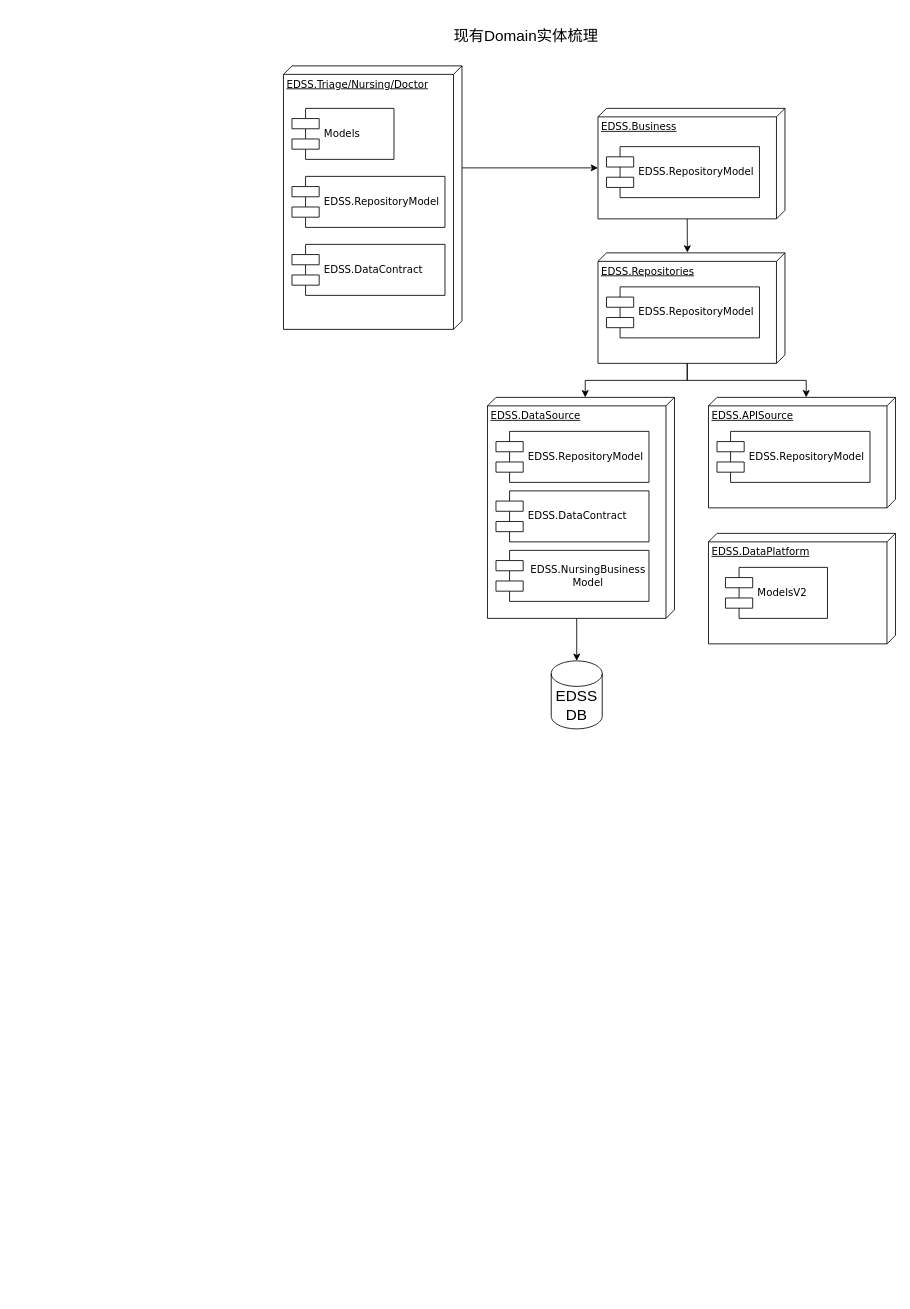
Before: Untitled Diagram.drawio in zmh0624/ZMH.Common, a draw.io diagram. Source tidied: cells renumbered, new cells numbered last; positions are measured from the earlier drawing's top-left corner, leaving out a move shared by most shapes. Both pictures are drawn from the tidied source at 85%, with x=0, y=0 at pixel (283, 23).
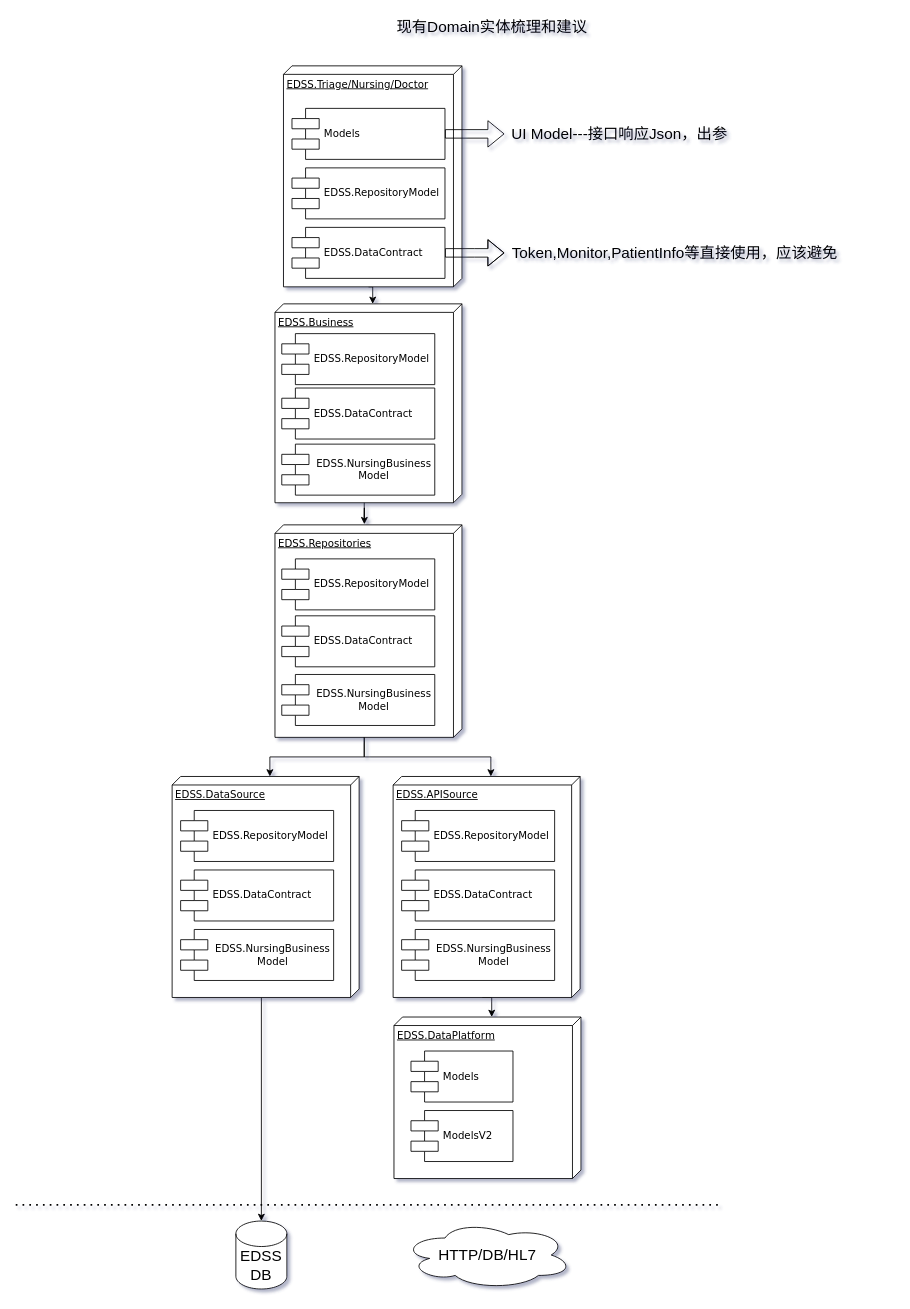
The same diagram, later.

The edit, as a diff of the source:
```diff
@@
-<mxGraphModel>
+<mxGraphModel shadow="1">
@@
-    <mxCell id="2" style="edgeStyle=orthogonalEdgeStyle;rounded=0;jettySize=auto;html=1;exitX=0;exitY=0;exitDx=120;exitDy=0;exitPerimeter=0;entryX=0;entryY=0;entryDx=70;entryDy=220;entryPerimeter=0;" parent="1" edge="1" source="3" target="14">
+    <mxCell id="2" style="edgeStyle=orthogonalEdgeStyle;rounded=0;jettySize=auto;html=1;exitX=0;exitY=0;exitDx=260;exitDy=110;exitPerimeter=0;entryX=0;entryY=0;entryDx=0;entryDy=105;entryPerimeter=0;" parent="1" edge="1" source="3" target="14">
       <mxGeometry relative="1" as="geometry" />
     </mxCell>
     <mxCell id="3" value="EDSS.Triage/Nursing/Doctor" style="verticalAlign=top;align=left;spacingTop=8;spacingLeft=2;spacingRight=12;shape=cube;size=10;direction=south;fontStyle=4;html=1;rounded=0;shadow=0;comic=0;labelBackgroundColor=none;strokeWidth=1;fontFamily=Verdana;fontSize=12;" parent="1" vertex="1">
-      <mxGeometry y="50" width="210" height="310" as="geometry" />
+      <mxGeometry y="50" width="210" height="260" as="geometry" />
     </mxCell>
     <mxCell id="4" value="Models" style="shape=component;align=left;spacingLeft=36;rounded=0;shadow=0;comic=0;labelBackgroundColor=none;strokeWidth=1;fontFamily=Verdana;fontSize=12;html=1;" parent="1" vertex="1">
-      <mxGeometry x="10" y="100" width="120" height="60" as="geometry" />
+      <mxGeometry x="10" y="100" width="180" height="60" as="geometry" />
     </mxCell>
@@
     <mxCell id="7" value="EDSS.Repositories" style="verticalAlign=top;align=left;spacingTop=8;spacingLeft=2;spacingRight=12;shape=cube;size=10;direction=south;fontStyle=4;html=1;rounded=0;shadow=0;comic=0;labelBackgroundColor=none;strokeWidth=1;fontFamily=Verdana;fontSize=12;" parent="1" vertex="1">
-      <mxGeometry x="370" y="270" width="220" height="130" as="geometry" />
+      <mxGeometry x="-10" y="590" width="220" height="250" as="geometry" />
     </mxCell>
     <mxCell id="8" value="EDSS.RepositoryModel" style="shape=component;align=left;spacingLeft=36;rounded=0;shadow=0;comic=0;labelBackgroundColor=none;strokeWidth=1;fontFamily=Verdana;fontSize=12;html=1;" parent="1" vertex="1">
-      <mxGeometry x="380" y="310" width="180" height="60" as="geometry" />
+      <mxGeometry x="-2" y="630" width="180" height="60" as="geometry" />
     </mxCell>
     <mxCell id="9" value="EDSS.DataPlatform" style="verticalAlign=top;align=left;spacingTop=8;spacingLeft=2;spacingRight=12;shape=cube;size=10;direction=south;fontStyle=4;html=1;rounded=0;shadow=0;comic=0;labelBackgroundColor=none;strokeWidth=1;fontFamily=Verdana;fontSize=12;" parent="1" vertex="1">
-      <mxGeometry x="500" y="600" width="220" height="130" as="geometry" />
+      <mxGeometry x="130" y="1169" width="220" height="190" as="geometry" />
     </mxCell>
+    <mxCell id="25" style="edgeStyle=orthogonalEdgeStyle;rounded=0;jettySize=auto;html=1;exitX=0;exitY=0;exitDx=260;exitDy=115;exitPerimeter=0;entryX=0;entryY=0;entryDx=0;entryDy=105;entryPerimeter=0;fontSize=18;" parent="1" edge="1" source="10" target="9">
+      <mxGeometry relative="1" as="geometry" />
+    </mxCell>
     <mxCell id="10" value="EDSS.APISource" style="verticalAlign=top;align=left;spacingTop=8;spacingLeft=2;spacingRight=12;shape=cube;size=10;direction=south;fontStyle=4;html=1;rounded=0;shadow=0;comic=0;labelBackgroundColor=none;strokeWidth=1;fontFamily=Verdana;fontSize=12;" parent="1" vertex="1">
-      <mxGeometry x="500" y="440" width="220" height="130" as="geometry" />
+      <mxGeometry x="129" y="886" width="220" height="260" as="geometry" />
     </mxCell>
-    <mxCell id="11" value="ModelsV2" style="shape=component;align=left;spacingLeft=36;rounded=0;shadow=0;comic=0;labelBackgroundColor=none;strokeWidth=1;fontFamily=Verdana;fontSize=12;html=1;" parent="1" vertex="1">
-      <mxGeometry x="520" y="640" width="120" height="60" as="geometry" />
+    <mxCell id="11" value="Models" style="shape=component;align=left;spacingLeft=36;rounded=0;shadow=0;comic=0;labelBackgroundColor=none;strokeWidth=1;fontFamily=Verdana;fontSize=12;html=1;" parent="1" vertex="1">
+      <mxGeometry x="150" y="1209" width="120" height="60" as="geometry" />
     </mxCell>
     <mxCell id="12" value="EDSS.RepositoryModel" style="shape=component;align=left;spacingLeft=36;rounded=0;shadow=0;comic=0;labelBackgroundColor=none;strokeWidth=1;fontFamily=Verdana;fontSize=12;html=1;" parent="1" vertex="1">
-      <mxGeometry x="510" y="480" width="180" height="60" as="geometry" />
+      <mxGeometry x="139" y="926" width="180" height="60" as="geometry" />
     </mxCell>
@@
     <mxCell id="14" value="EDSS.Business" style="verticalAlign=top;align=left;spacingTop=8;spacingLeft=2;spacingRight=12;shape=cube;size=10;direction=south;fontStyle=4;html=1;rounded=0;shadow=0;comic=0;labelBackgroundColor=none;strokeWidth=1;fontFamily=Verdana;fontSize=12;" parent="1" vertex="1">
-      <mxGeometry x="370" y="100" width="220" height="130" as="geometry" />
+      <mxGeometry x="-10" y="330" width="220" height="234" as="geometry" />
     </mxCell>
     <mxCell id="15" value="EDSS.RepositoryModel" style="shape=component;align=left;spacingLeft=36;rounded=0;shadow=0;comic=0;labelBackgroundColor=none;strokeWidth=1;fontFamily=Verdana;fontSize=12;html=1;" parent="1" vertex="1">
-      <mxGeometry x="380" y="145" width="180" height="60" as="geometry" />
+      <mxGeometry x="-2" y="365" width="180" height="60" as="geometry" />
     </mxCell>
     <mxCell id="16" value="EDSS.RepositoryModel" style="shape=component;align=left;spacingLeft=36;rounded=0;shadow=0;comic=0;labelBackgroundColor=none;strokeWidth=1;fontFamily=Verdana;fontSize=12;html=1;" parent="1" vertex="1">
-      <mxGeometry x="10" y="180" width="180" height="60" as="geometry" />
+      <mxGeometry x="10" y="170" width="180" height="60" as="geometry" />
     </mxCell>
+    <mxCell id="26" style="edgeStyle=orthogonalEdgeStyle;shape=flexArrow;rounded=0;jettySize=auto;html=1;exitX=1;exitY=0.5;exitDx=0;exitDy=0;fontSize=18;" parent="1" edge="1" source="17">
+      <mxGeometry relative="1" as="geometry">
+        <mxPoint x="260" y="270" as="targetPoint" />
+      </mxGeometry>
+    </mxCell>
     <mxCell id="17" value="EDSS.DataContract" style="shape=component;align=left;spacingLeft=36;rounded=0;shadow=0;comic=0;labelBackgroundColor=none;strokeWidth=1;fontFamily=Verdana;fontSize=12;html=1;" parent="1" vertex="1">
-      <mxGeometry x="10" y="260" width="180" height="60" as="geometry" />
+      <mxGeometry x="10" y="240" width="180" height="60" as="geometry" />
     </mxCell>
-    <mxCell id="18" value="现有Domain实体梳理" style="text;html=1;align=center;verticalAlign=middle;fillColor=none;strokeColor=none;rounded=0;fontSize=18;" parent="1" vertex="1">
-      <mxGeometry x="190" width="190" height="30" as="geometry" />
+    <mxCell id="18" value="现有Domain实体梳理和建议" style="text;html=1;align=center;verticalAlign=middle;fillColor=none;strokeColor=none;rounded=0;fontSize=18;" parent="1" vertex="1">
+      <mxGeometry x="125" y="-10" width="240" height="30" as="geometry" />
     </mxCell>
@@
     <mxCell id="20" value="EDSS.DataSource" style="verticalAlign=top;align=left;spacingTop=8;spacingLeft=2;spacingRight=12;shape=cube;size=10;direction=south;fontStyle=4;html=1;rounded=0;shadow=0;comic=0;labelBackgroundColor=none;strokeWidth=1;fontFamily=Verdana;fontSize=12;" parent="1" vertex="1">
-      <mxGeometry x="240" y="440" width="220" height="260" as="geometry" />
+      <mxGeometry x="-131" y="886" width="220" height="260" as="geometry" />
     </mxCell>
     <mxCell id="21" value="EDSS.RepositoryModel" style="shape=component;align=left;spacingLeft=36;rounded=0;shadow=0;comic=0;labelBackgroundColor=none;strokeWidth=1;fontFamily=Verdana;fontSize=12;html=1;" parent="1" vertex="1">
-      <mxGeometry x="250" y="480" width="180" height="60" as="geometry" />
+      <mxGeometry x="-121" y="926" width="180" height="60" as="geometry" />
     </mxCell>
     <mxCell id="22" value="EDSS.DataContract" style="shape=component;align=left;spacingLeft=36;rounded=0;shadow=0;comic=0;labelBackgroundColor=none;strokeWidth=1;fontFamily=Verdana;fontSize=12;html=1;" parent="1" vertex="1">
-      <mxGeometry x="250" y="550" width="180" height="60" as="geometry" />
+      <mxGeometry x="-121" y="996" width="180" height="60" as="geometry" />
     </mxCell>
     <mxCell id="23" value="EDSS.NursingBusiness&lt;br&gt;Model" style="shape=component;align=center;spacingLeft=36;rounded=0;shadow=0;comic=0;labelBackgroundColor=none;strokeWidth=1;fontFamily=Verdana;fontSize=12;html=1;" parent="1" vertex="1">
-      <mxGeometry x="250" y="620" width="180" height="60" as="geometry" />
+      <mxGeometry x="-121" y="1066" width="180" height="60" as="geometry" />
     </mxCell>
     <mxCell id="24" value="EDSS&lt;br&gt;DB" style="shape=cylinder3;whiteSpace=wrap;html=1;boundedLbl=1;backgroundOutline=1;size=15;fontSize=18;align=center;" parent="1" vertex="1">
-      <mxGeometry x="315" y="750" width="60" height="80" as="geometry" />
+      <mxGeometry x="-56" y="1409" width="60" height="80" as="geometry" />
     </mxCell>
+    <mxCell id="27" value="EDSS.DataContract" style="shape=component;align=left;spacingLeft=36;rounded=0;shadow=0;comic=0;labelBackgroundColor=none;strokeWidth=1;fontFamily=Verdana;fontSize=12;html=1;" parent="1" vertex="1">
+      <mxGeometry x="139" y="996" width="180" height="60" as="geometry" />
+    </mxCell>
+    <mxCell id="28" value="EDSS.NursingBusiness&lt;br&gt;Model" style="shape=component;align=center;spacingLeft=36;rounded=0;shadow=0;comic=0;labelBackgroundColor=none;strokeWidth=1;fontFamily=Verdana;fontSize=12;html=1;" parent="1" vertex="1">
+      <mxGeometry x="139" y="1066" width="180" height="60" as="geometry" />
+    </mxCell>
+    <mxCell id="29" value="ModelsV2" style="shape=component;align=left;spacingLeft=36;rounded=0;shadow=0;comic=0;labelBackgroundColor=none;strokeWidth=1;fontFamily=Verdana;fontSize=12;html=1;" parent="1" vertex="1">
+      <mxGeometry x="150" y="1279" width="120" height="60" as="geometry" />
+    </mxCell>
+    <mxCell id="30" value="HTTP/DB/HL7" style="ellipse;shape=cloud;whiteSpace=wrap;html=1;fontSize=18;align=center;" parent="1" vertex="1">
+      <mxGeometry x="140" y="1409" width="200" height="80" as="geometry" />
+    </mxCell>
+    <mxCell id="31" style="endArrow=none;dashed=1;html=1;dashPattern=1 3;strokeWidth=2;fontSize=18;" parent="1" edge="1">
+      <mxGeometry relative="1" as="geometry">
+        <mxPoint x="-315" y="1390" as="sourcePoint" />
+        <mxPoint x="515" y="1390" as="targetPoint" />
+      </mxGeometry>
+    </mxCell>
+    <mxCell id="32" value="Token,Monitor,PatientInfo等直接使用，应该避免" style="text;html=1;align=center;verticalAlign=middle;fillColor=none;strokeColor=none;rounded=0;fontSize=18;" parent="1" vertex="1">
+      <mxGeometry x="260" y="255" width="400" height="30" as="geometry" />
+    </mxCell>
+    <mxCell id="33" value="EDSS.DataContract" style="shape=component;align=left;spacingLeft=36;rounded=0;shadow=0;comic=0;labelBackgroundColor=none;strokeWidth=1;fontFamily=Verdana;fontSize=12;html=1;" parent="1" vertex="1">
+      <mxGeometry x="-2" y="429" width="180" height="60" as="geometry" />
+    </mxCell>
+    <mxCell id="34" value="EDSS.DataContract" style="shape=component;align=left;spacingLeft=36;rounded=0;shadow=0;comic=0;labelBackgroundColor=none;strokeWidth=1;fontFamily=Verdana;fontSize=12;html=1;" parent="1" vertex="1">
+      <mxGeometry x="-2" y="697" width="180" height="60" as="geometry" />
+    </mxCell>
+    <mxCell id="35" value="EDSS.NursingBusiness&lt;br&gt;Model" style="shape=component;align=center;spacingLeft=36;rounded=0;shadow=0;comic=0;labelBackgroundColor=none;strokeWidth=1;fontFamily=Verdana;fontSize=12;html=1;" parent="1" vertex="1">
+      <mxGeometry x="-2" y="766" width="180" height="60" as="geometry" />
+    </mxCell>
+    <mxCell id="36" style="shape=flexArrow;endArrow=classic;html=1;fontSize=18;" parent="1" edge="1" source="4">
+      <mxGeometry relative="1" as="geometry">
+        <mxPoint x="260" y="130" as="targetPoint" />
+      </mxGeometry>
+    </mxCell>
+    <mxCell id="37" value="UI Model---接口响应Json，出参" style="text;html=1;align=center;verticalAlign=middle;fillColor=none;strokeColor=none;rounded=0;fontSize=18;" parent="1" vertex="1">
+      <mxGeometry x="260" y="115" width="270" height="30" as="geometry" />
+    </mxCell>
+    <mxCell id="38" value="EDSS.NursingBusiness&lt;br&gt;Model" style="shape=component;align=center;spacingLeft=36;rounded=0;shadow=0;comic=0;labelBackgroundColor=none;strokeWidth=1;fontFamily=Verdana;fontSize=12;html=1;" parent="1" vertex="1">
+      <mxGeometry x="-2" y="495" width="180" height="60" as="geometry" />
+    </mxCell>
```
